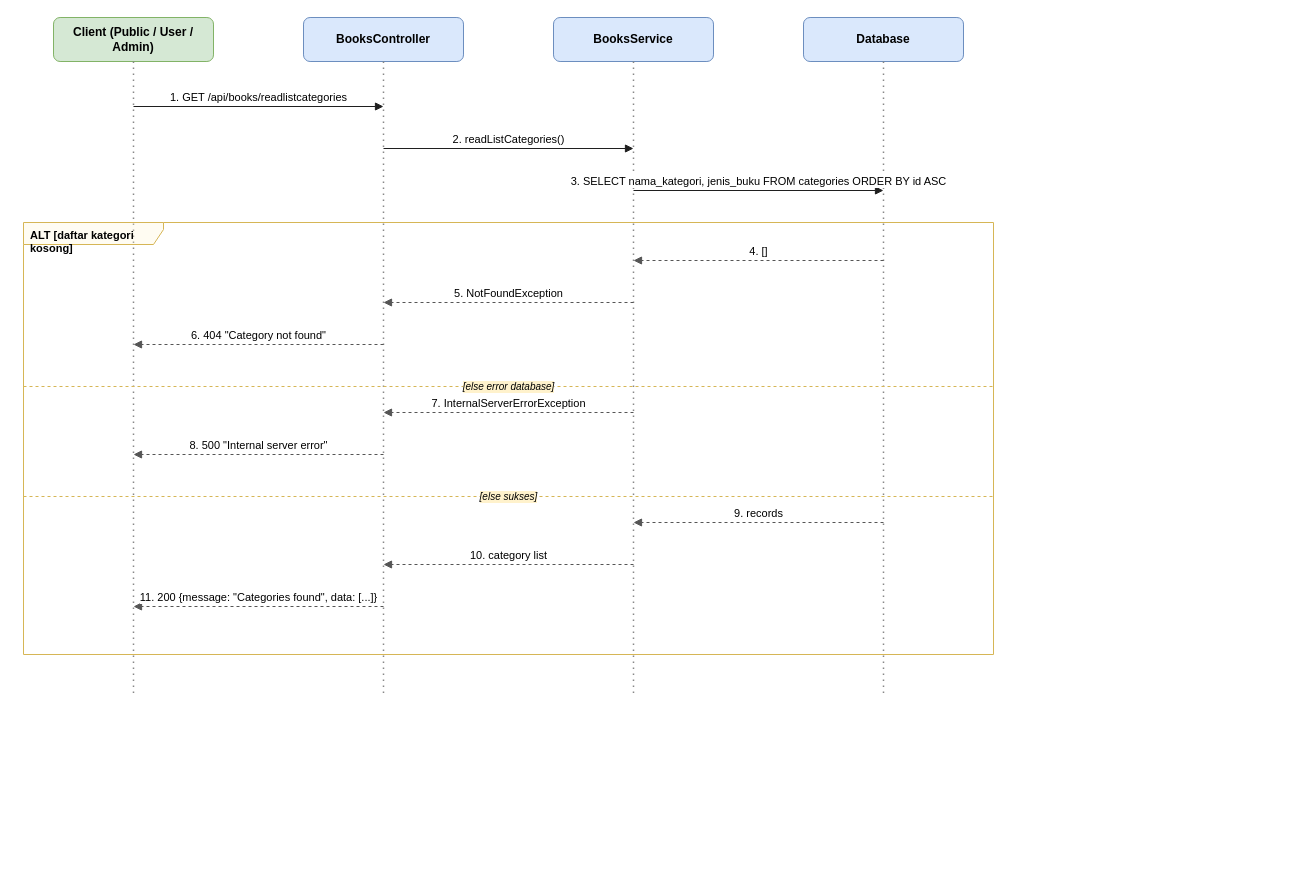
Earlier version of the draw.io diagram docs/diagrams/sequence/sequence-readlistcategories.drawio (dimstyle/ruang-baca). Source tidied: cells renumbered, new cells numbered last; positions are measured from the earlier drawing's top-left corner, leaving out a move shared by most shapes. Both pictures are drawn from the tidied source at 100%, with x=0, y=0 at pixel (23, 17).
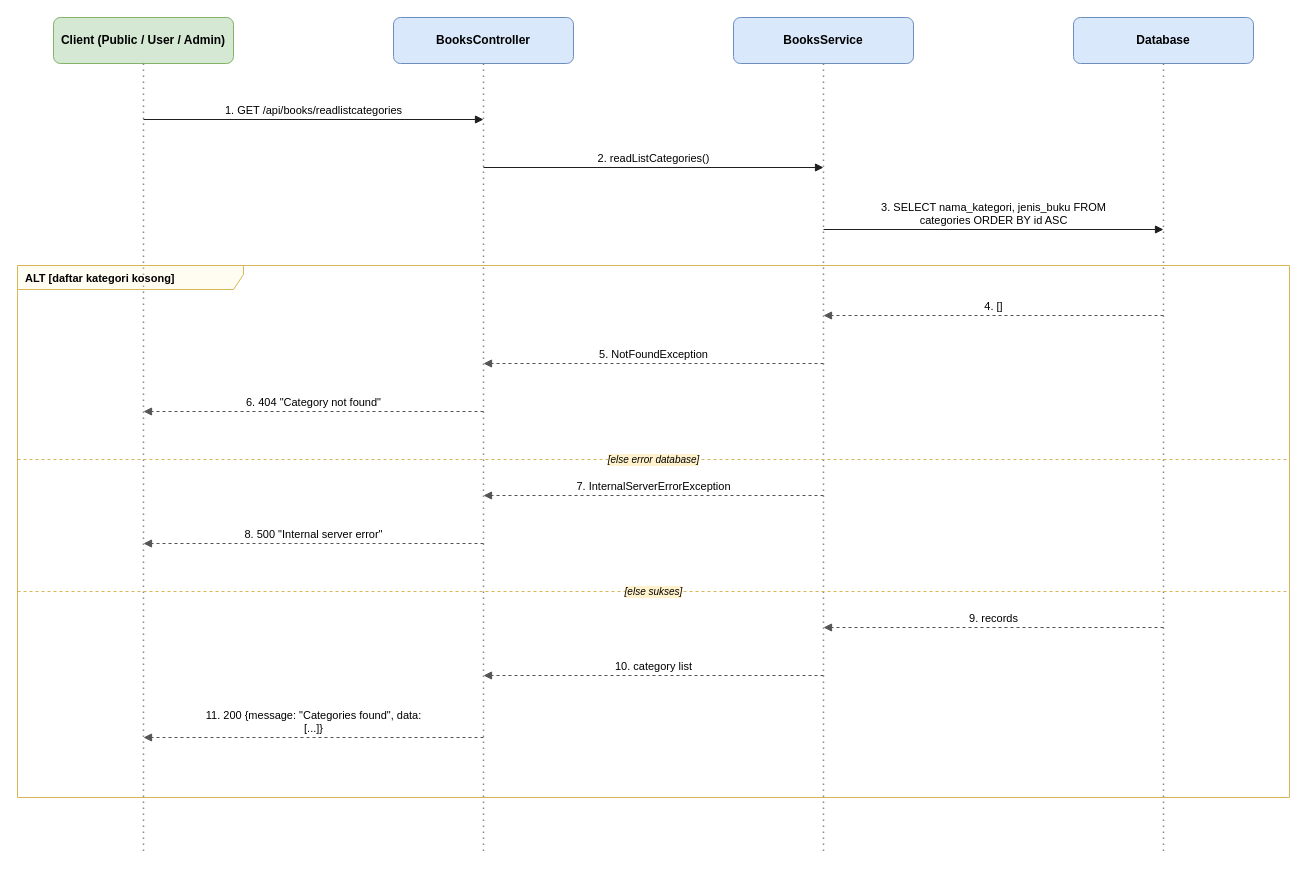
The same diagram, later.

What changed in the source:
```diff
@@
     <mxCell id="2" value="Client (Public / User / Admin)" style="rounded=1;whiteSpace=wrap;html=1;fillColor=#d5e8d4;strokeColor=#82b366;fontStyle=1;fontSize=12;" parent="1" vertex="1">
-      <mxGeometry x="30" width="160" height="44" as="geometry" />
+      <mxGeometry x="30" width="180" height="46" as="geometry" />
     </mxCell>
     <mxCell id="3" style="endArrow=none;dashed=1;html=1;dashPattern=1 3;strokeWidth=1.5;strokeColor=#888888;" parent="1" edge="1">
       <mxGeometry relative="1" as="geometry">
-        <mxPoint x="110" y="44" as="sourcePoint" />
-        <mxPoint x="110" y="677" as="targetPoint" />
+        <mxPoint x="120" y="46" as="sourcePoint" />
+        <mxPoint x="120" y="834" as="targetPoint" />
       </mxGeometry>
     </mxCell>
     <mxCell id="4" value="BooksController" style="rounded=1;whiteSpace=wrap;html=1;fillColor=#dae8fc;strokeColor=#6c8ebf;fontStyle=1;fontSize=12;" parent="1" vertex="1">
-      <mxGeometry x="280" width="160" height="44" as="geometry" />
+      <mxGeometry x="370" width="180" height="46" as="geometry" />
     </mxCell>
     <mxCell id="5" style="endArrow=none;dashed=1;html=1;dashPattern=1 3;strokeWidth=1.5;strokeColor=#888888;" parent="1" edge="1">
       <mxGeometry relative="1" as="geometry">
-        <mxPoint x="360" y="44" as="sourcePoint" />
-        <mxPoint x="360" y="677" as="targetPoint" />
+        <mxPoint x="460" y="46" as="sourcePoint" />
+        <mxPoint x="460" y="834" as="targetPoint" />
       </mxGeometry>
     </mxCell>
     <mxCell id="6" value="BooksService" style="rounded=1;whiteSpace=wrap;html=1;fillColor=#dae8fc;strokeColor=#6c8ebf;fontStyle=1;fontSize=12;" parent="1" vertex="1">
-      <mxGeometry x="530" width="160" height="44" as="geometry" />
+      <mxGeometry x="710" width="180" height="46" as="geometry" />
     </mxCell>
     <mxCell id="7" style="endArrow=none;dashed=1;html=1;dashPattern=1 3;strokeWidth=1.5;strokeColor=#888888;" parent="1" edge="1">
       <mxGeometry relative="1" as="geometry">
-        <mxPoint x="610" y="44" as="sourcePoint" />
-        <mxPoint x="610" y="677" as="targetPoint" />
+        <mxPoint x="800" y="46" as="sourcePoint" />
+        <mxPoint x="800" y="834" as="targetPoint" />
       </mxGeometry>
     </mxCell>
     <mxCell id="8" value="Database" style="rounded=1;whiteSpace=wrap;html=1;fillColor=#dae8fc;strokeColor=#6c8ebf;fontStyle=1;fontSize=12;" parent="1" vertex="1">
-      <mxGeometry x="780" width="160" height="44" as="geometry" />
+      <mxGeometry x="1050" width="180" height="46" as="geometry" />
     </mxCell>
     <mxCell id="9" style="endArrow=none;dashed=1;html=1;dashPattern=1 3;strokeWidth=1.5;strokeColor=#888888;" parent="1" edge="1">
       <mxGeometry relative="1" as="geometry">
-        <mxPoint x="860" y="44" as="sourcePoint" />
-        <mxPoint x="860" y="677" as="targetPoint" />
+        <mxPoint x="1140" y="46" as="sourcePoint" />
+        <mxPoint x="1140" y="834" as="targetPoint" />
       </mxGeometry>
     </mxCell>
-    <mxCell id="10" value="ALT [daftar kategori kosong]" style="shape=umlFrame;whiteSpace=wrap;html=1;width=140;height=22;boundedLbl=1;verticalAlign=top;align=left;spacingLeft=5;fillColor=#fff2cc;strokeColor=#d6b656;fillOpacity=25;fontSize=11;fontStyle=1;" parent="1" vertex="1">
-      <mxGeometry y="205" width="970" height="432" as="geometry" />
+    <mxCell id="10" value="ALT [daftar kategori kosong]" style="shape=umlFrame;whiteSpace=wrap;html=1;width=226;height=24;boundedLbl=1;verticalAlign=top;align=left;spacingLeft=6;fillColor=#fff2cc;strokeColor=#d6b656;fillOpacity=25;fontSize=11;fontStyle=1;" parent="1" vertex="1">
+      <mxGeometry x="-6" y="248" width="1272" height="532" as="geometry" />
     </mxCell>
     <mxCell id="11" value="[else error database]" style="endArrow=none;dashed=1;html=1;strokeColor=#d6b656;labelBackgroundColor=#fff2cc;fontSize=10;fontStyle=2;" parent="1" edge="1">
       <mxGeometry relative="1" as="geometry">
-        <mxPoint y="369" as="sourcePoint" />
-        <mxPoint x="970" y="369" as="targetPoint" />
+        <mxPoint x="-6" y="442" as="sourcePoint" />
+        <mxPoint x="1266" y="442" as="targetPoint" />
       </mxGeometry>
     </mxCell>
     <mxCell id="12" value="[else sukses]" style="endArrow=none;dashed=1;html=1;strokeColor=#d6b656;labelBackgroundColor=#fff2cc;fontSize=10;fontStyle=2;" parent="1" edge="1">
       <mxGeometry relative="1" as="geometry">
-        <mxPoint y="479" as="sourcePoint" />
-        <mxPoint x="970" y="479" as="targetPoint" />
+        <mxPoint x="-6" y="574" as="sourcePoint" />
+        <mxPoint x="1266" y="574" as="targetPoint" />
       </mxGeometry>
     </mxCell>
     <mxCell id="13" value="1. GET /api/books/readlistcategories" style="html=1;verticalAlign=bottom;endArrow=block;endFill=1;strokeColor=#1F1F1F;fontSize=11;labelBackgroundColor=#ffffff;" parent="1" edge="1">
       <mxGeometry relative="1" as="geometry">
-        <mxPoint x="110" y="89" as="sourcePoint" />
-        <mxPoint x="360" y="89" as="targetPoint" />
+        <mxPoint x="120" y="102" as="sourcePoint" />
+        <mxPoint x="460" y="102" as="targetPoint" />
       </mxGeometry>
     </mxCell>
     <mxCell id="14" value="2. readListCategories()" style="html=1;verticalAlign=bottom;endArrow=block;endFill=1;strokeColor=#1F1F1F;fontSize=11;labelBackgroundColor=#ffffff;" parent="1" edge="1">
       <mxGeometry relative="1" as="geometry">
-        <mxPoint x="360" y="131" as="sourcePoint" />
-        <mxPoint x="610" y="131" as="targetPoint" />
+        <mxPoint x="460" y="150" as="sourcePoint" />
+        <mxPoint x="800" y="150" as="targetPoint" />
       </mxGeometry>
     </mxCell>
-    <mxCell id="15" value="3. SELECT nama_kategori, jenis_buku FROM categories ORDER BY id ASC" style="html=1;verticalAlign=bottom;endArrow=block;endFill=1;strokeColor=#1F1F1F;fontSize=11;labelBackgroundColor=#ffffff;" parent="1" edge="1">
+    <mxCell id="15" value="3. SELECT nama_kategori, jenis_buku FROM&lt;br/&gt;categories ORDER BY id ASC" style="html=1;verticalAlign=bottom;endArrow=block;endFill=1;strokeColor=#1F1F1F;fontSize=11;labelBackgroundColor=#ffffff;" parent="1" edge="1">
       <mxGeometry relative="1" as="geometry">
-        <mxPoint x="610" y="173" as="sourcePoint" />
-        <mxPoint x="860" y="173" as="targetPoint" />
+        <mxPoint x="800" y="212" as="sourcePoint" />
+        <mxPoint x="1140" y="212" as="targetPoint" />
       </mxGeometry>
     </mxCell>
     <mxCell id="16" value="4. []" style="html=1;verticalAlign=bottom;endArrow=block;endFill=1;dashed=1;strokeColor=#555555;fontSize=11;labelBackgroundColor=#ffffff;" parent="1" edge="1">
       <mxGeometry relative="1" as="geometry">
-        <mxPoint x="860" y="243" as="sourcePoint" />
-        <mxPoint x="610" y="243" as="targetPoint" />
+        <mxPoint x="1140" y="298" as="sourcePoint" />
+        <mxPoint x="800" y="298" as="targetPoint" />
       </mxGeometry>
     </mxCell>
     <mxCell id="17" value="5. NotFoundException" style="html=1;verticalAlign=bottom;endArrow=block;endFill=1;dashed=1;strokeColor=#555555;fontSize=11;labelBackgroundColor=#ffffff;" parent="1" edge="1">
       <mxGeometry relative="1" as="geometry">
-        <mxPoint x="610" y="285" as="sourcePoint" />
-        <mxPoint x="360" y="285" as="targetPoint" />
+        <mxPoint x="800" y="346" as="sourcePoint" />
+        <mxPoint x="460" y="346" as="targetPoint" />
       </mxGeometry>
     </mxCell>
     <mxCell id="18" value="6. 404 &quot;Category not found&quot;" style="html=1;verticalAlign=bottom;endArrow=block;endFill=1;dashed=1;strokeColor=#555555;fontSize=11;labelBackgroundColor=#ffffff;" parent="1" edge="1">
       <mxGeometry relative="1" as="geometry">
-        <mxPoint x="360" y="327" as="sourcePoint" />
-        <mxPoint x="110" y="327" as="targetPoint" />
+        <mxPoint x="460" y="394" as="sourcePoint" />
+        <mxPoint x="120" y="394" as="targetPoint" />
       </mxGeometry>
     </mxCell>
     <mxCell id="19" value="7. InternalServerErrorException" style="html=1;verticalAlign=bottom;endArrow=block;endFill=1;dashed=1;strokeColor=#555555;fontSize=11;labelBackgroundColor=#ffffff;" parent="1" edge="1">
       <mxGeometry relative="1" as="geometry">
-        <mxPoint x="610" y="395" as="sourcePoint" />
-        <mxPoint x="360" y="395" as="targetPoint" />
+        <mxPoint x="800" y="478" as="sourcePoint" />
+        <mxPoint x="460" y="478" as="targetPoint" />
       </mxGeometry>
     </mxCell>
     <mxCell id="20" value="8. 500 &quot;Internal server error&quot;" style="html=1;verticalAlign=bottom;endArrow=block;endFill=1;dashed=1;strokeColor=#555555;fontSize=11;labelBackgroundColor=#ffffff;" parent="1" edge="1">
       <mxGeometry relative="1" as="geometry">
-        <mxPoint x="360" y="437" as="sourcePoint" />
-        <mxPoint x="110" y="437" as="targetPoint" />
+        <mxPoint x="460" y="526" as="sourcePoint" />
+        <mxPoint x="120" y="526" as="targetPoint" />
       </mxGeometry>
     </mxCell>
     <mxCell id="21" value="9. records" style="html=1;verticalAlign=bottom;endArrow=block;endFill=1;dashed=1;strokeColor=#555555;fontSize=11;labelBackgroundColor=#ffffff;" parent="1" edge="1">
       <mxGeometry relative="1" as="geometry">
-        <mxPoint x="860" y="505" as="sourcePoint" />
-        <mxPoint x="610" y="505" as="targetPoint" />
+        <mxPoint x="1140" y="610" as="sourcePoint" />
+        <mxPoint x="800" y="610" as="targetPoint" />
       </mxGeometry>
     </mxCell>
     <mxCell id="22" value="10. category list" style="html=1;verticalAlign=bottom;endArrow=block;endFill=1;dashed=1;strokeColor=#555555;fontSize=11;labelBackgroundColor=#ffffff;" parent="1" edge="1">
       <mxGeometry relative="1" as="geometry">
-        <mxPoint x="610" y="547" as="sourcePoint" />
-        <mxPoint x="360" y="547" as="targetPoint" />
+        <mxPoint x="800" y="658" as="sourcePoint" />
+        <mxPoint x="460" y="658" as="targetPoint" />
       </mxGeometry>
     </mxCell>
-    <mxCell id="23" value="11. 200 {message: &quot;Categories found&quot;, data: [...]}" style="html=1;verticalAlign=bottom;endArrow=block;endFill=1;dashed=1;strokeColor=#555555;fontSize=11;labelBackgroundColor=#ffffff;" parent="1" edge="1">
+    <mxCell id="23" value="11. 200 {message: &quot;Categories found&quot;, data:&lt;br/&gt;[...]}" style="html=1;verticalAlign=bottom;endArrow=block;endFill=1;dashed=1;strokeColor=#555555;fontSize=11;labelBackgroundColor=#ffffff;" parent="1" edge="1">
       <mxGeometry relative="1" as="geometry">
-        <mxPoint x="360" y="589" as="sourcePoint" />
-        <mxPoint x="110" y="589" as="targetPoint" />
+        <mxPoint x="460" y="720" as="sourcePoint" />
+        <mxPoint x="120" y="720" as="targetPoint" />
       </mxGeometry>
     </mxCell>
```
